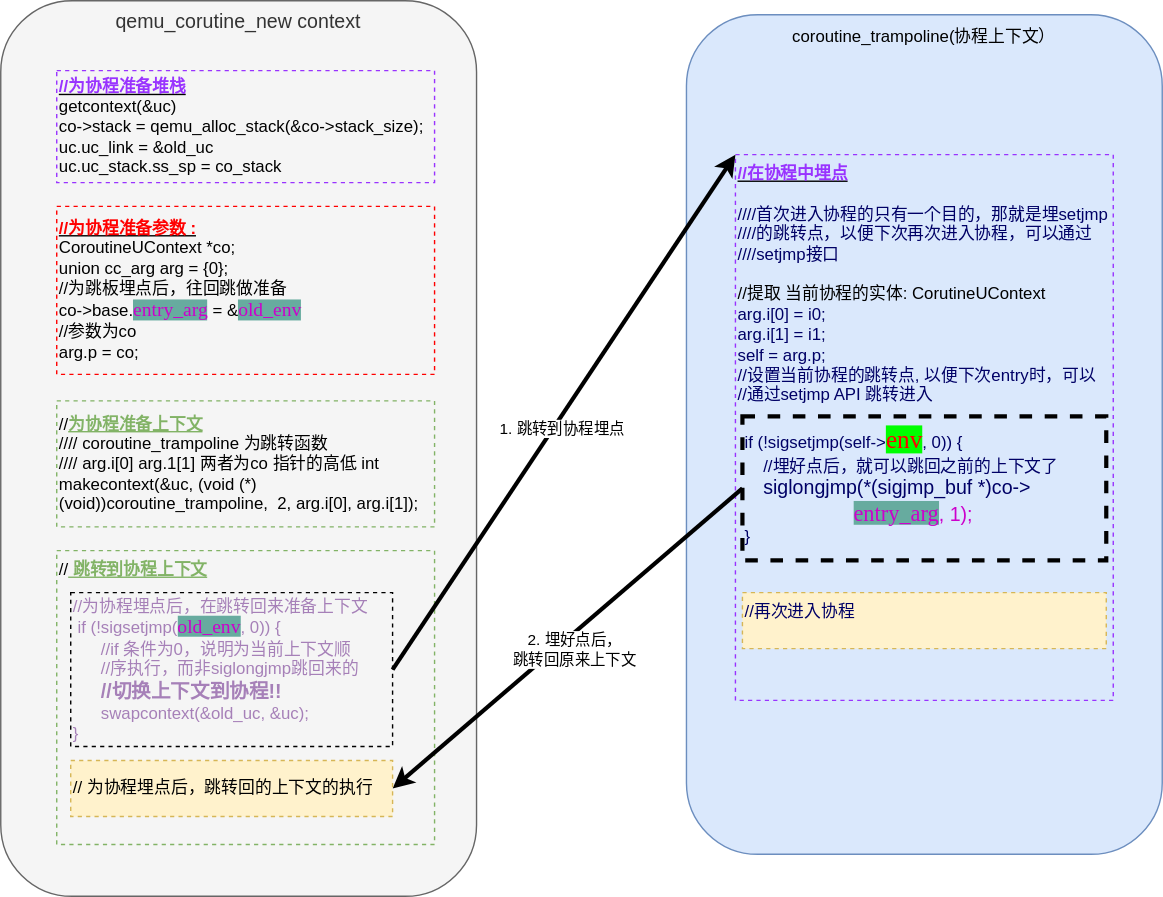
Earlier version of the draw.io export _posts/qemu/coroutine/pic/qemu_埋点.svg (cai-fuqiang/cai-fuqiang.github.io). Source tidied: cells renumbered, new cells last; positions are measured from the earlier drawing's top-left corner, leaving out a move shared by most shapes.
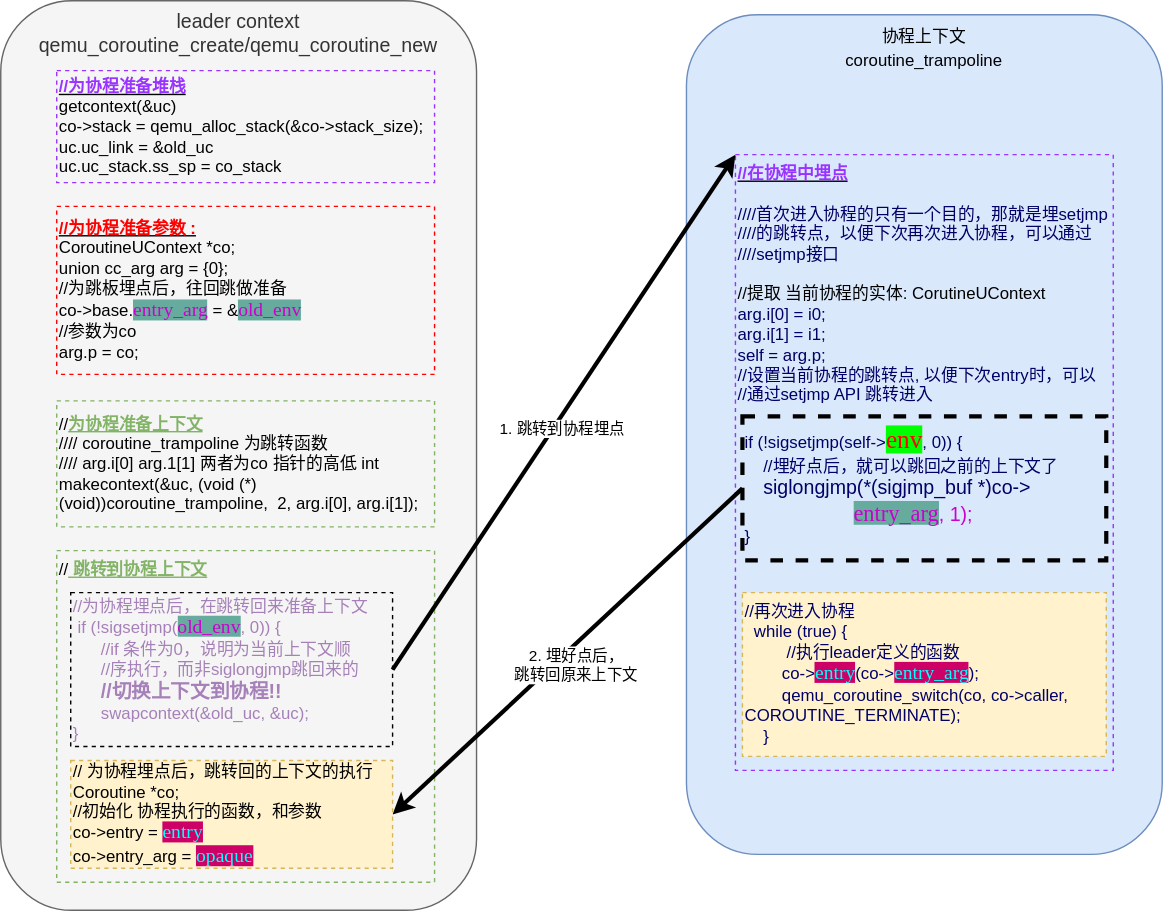
The same diagram one commit later.

The edit, as a diff of the source:
```diff
@@ -2,8 +2,8 @@
   <root>
     <mxCell id="0" />
     <mxCell id="1" parent="0" />
-    <mxCell id="2" value="qemu_corutine_new context" style="rounded=1;whiteSpace=wrap;html=1;verticalAlign=top;fontSize=14;fillColor=#f5f5f5;fontColor=#333333;strokeColor=#666666;" parent="1" vertex="1">
-      <mxGeometry width="340" height="640" as="geometry" />
+    <mxCell id="2" value="leader context&lt;div&gt;qemu_coroutine_create/qemu_coroutine_new&lt;br&gt;&lt;/div&gt;" style="rounded=1;whiteSpace=wrap;html=1;verticalAlign=top;fontSize=14;fillColor=#f5f5f5;fontColor=#333333;strokeColor=#666666;" parent="1" vertex="1">
+      <mxGeometry width="340" height="650" as="geometry" />
     </mxCell>
     <mxCell id="3" value="&lt;b&gt;&lt;u&gt;&lt;font style=&quot;color: rgb(153, 51, 255);&quot;&gt;//为协程准备堆栈&lt;/font&gt;&lt;/u&gt;&lt;/b&gt;&lt;div&gt;&lt;font style=&quot;color: rgb(0, 0, 0);&quot;&gt;getcontext(&amp;amp;uc)&lt;/font&gt;&lt;br&gt;&lt;div&gt;co-&amp;gt;stack = qemu_alloc_stack(&amp;amp;co-&amp;gt;stack_size);&lt;br&gt;&lt;div&gt;uc.uc_link = &amp;amp;old_uc&lt;/div&gt;&lt;div&gt;uc.uc_stack.ss_sp = co_stack&lt;/div&gt;&lt;/div&gt;&lt;/div&gt;" style="text;html=1;align=left;verticalAlign=middle;whiteSpace=wrap;rounded=0;fillColor=none;strokeColor=#9933FF;dashed=1;" parent="1" vertex="1">
       <mxGeometry x="40" y="50" width="270" height="80" as="geometry" />
@@ -15,16 +15,16 @@
       <mxGeometry x="40" y="286" width="270" height="90" as="geometry" />
     </mxCell>
     <mxCell id="6" value="//&lt;font color=&quot;#82b366&quot;&gt;&lt;b&gt;&lt;u&gt;&amp;nbsp;跳转到协程上下文&lt;/u&gt;&lt;/b&gt;&lt;/font&gt;&lt;div&gt;&lt;br&gt;&lt;/div&gt;" style="text;html=1;align=left;verticalAlign=top;whiteSpace=wrap;rounded=0;fillColor=none;strokeColor=#82B366;dashed=1;" parent="1" vertex="1">
-      <mxGeometry x="40" y="393" width="270" height="210" as="geometry" />
+      <mxGeometry x="40" y="393" width="270" height="237" as="geometry" />
     </mxCell>
     <mxCell id="7" value="&lt;div&gt;&lt;font style=&quot;color: rgb(166, 128, 184);&quot;&gt;//为协程埋点后，在跳转回来准备上下文&lt;/font&gt;&lt;/div&gt;&lt;font style=&quot;color: rgb(166, 128, 184);&quot;&gt;&amp;nbsp;if (!sigsetjmp(&lt;/font&gt;&lt;font face=&quot;Comic Sans MS&quot; style=&quot;color: rgb(204, 0, 204); background-color: rgb(103, 171, 159); font-size: 14px;&quot;&gt;old_env&lt;/font&gt;&lt;font style=&quot;color: rgb(166, 128, 184);&quot;&gt;, 0)) {&lt;/font&gt;&lt;div&gt;&lt;font style=&quot;color: rgb(166, 128, 184);&quot;&gt;&amp;nbsp; &amp;nbsp; &amp;nbsp; //if 条件为0，说明为当前上下文顺&lt;/font&gt;&lt;/div&gt;&lt;div&gt;&lt;font style=&quot;color: rgb(166, 128, 184);&quot;&gt;&amp;nbsp; &amp;nbsp; &amp;nbsp; //序执行，而非siglongjmp跳回来的&lt;/font&gt;&lt;/div&gt;&lt;div&gt;&lt;font style=&quot;color: rgb(166, 128, 184);&quot;&gt;&amp;nbsp; &amp;nbsp; &amp;nbsp; &lt;b&gt;&lt;font style=&quot;font-size: 14px;&quot;&gt;//切换上下文到协程!!&lt;/font&gt;&lt;/b&gt;&lt;/font&gt;&lt;/div&gt;&lt;div&gt;&lt;font style=&quot;color: rgb(166, 128, 184);&quot;&gt;&amp;nbsp; &amp;nbsp; &amp;nbsp;&amp;nbsp;swapcontext(&amp;amp;old_uc, &amp;amp;uc);&lt;/font&gt;&lt;/div&gt;&lt;div&gt;&lt;font color=&quot;#a680b8&quot;&gt;}&lt;/font&gt;&lt;/div&gt;" style="text;html=1;align=left;verticalAlign=middle;whiteSpace=wrap;rounded=0;strokeColor=default;fillColor=none;dashed=1;" parent="1" vertex="1">
       <mxGeometry x="50" y="423" width="230" height="110" as="geometry" />
     </mxCell>
-    <mxCell id="8" value="&lt;span style=&quot;font-size: 12px; text-align: left;&quot;&gt;coroutine_trampoline(协程上下文）&lt;/span&gt;" style="rounded=1;whiteSpace=wrap;html=1;verticalAlign=top;fontSize=14;fillColor=#dae8fc;strokeColor=#6c8ebf;" parent="1" vertex="1">
+    <mxCell id="8" value="&lt;div&gt;&lt;span style=&quot;font-size: 12px; text-align: left;&quot;&gt;协程上下文&lt;/span&gt;&lt;span style=&quot;font-size: 12px; text-align: left;&quot;&gt;&lt;br&gt;&lt;/span&gt;&lt;/div&gt;&lt;span style=&quot;font-size: 12px; text-align: left;&quot;&gt;coroutine_trampoline&lt;/span&gt;" style="rounded=1;whiteSpace=wrap;html=1;verticalAlign=top;fontSize=14;fillColor=#dae8fc;strokeColor=#6c8ebf;" parent="1" vertex="1">
       <mxGeometry x="490" y="10" width="340" height="600" as="geometry" />
     </mxCell>
     <mxCell id="9" value="&lt;b&gt;&lt;u&gt;&lt;font style=&quot;color: rgb(153, 51, 255);&quot;&gt;//在协程中埋点&lt;/font&gt;&lt;/u&gt;&lt;/b&gt;&lt;div&gt;&lt;font color=&quot;#9933ff&quot;&gt;&lt;b&gt;&lt;u&gt;&lt;br&gt;&lt;/u&gt;&lt;/b&gt;&lt;/font&gt;&lt;/div&gt;&lt;div&gt;&lt;font&gt;&lt;font style=&quot;color: rgb(0, 0, 102);&quot;&gt;////首次进入协程的只有一个目的，那就是埋setjmp&lt;/font&gt;&lt;/font&gt;&lt;/div&gt;&lt;div&gt;&lt;font&gt;&lt;font color=&quot;#000066&quot;&gt;////的跳转点，以便下次再次进入协程，可以通过&lt;/font&gt;&lt;/font&gt;&lt;/div&gt;&lt;div&gt;&lt;font&gt;&lt;font color=&quot;#000066&quot;&gt;////setjmp接口&lt;/font&gt;&lt;/font&gt;&lt;/div&gt;&lt;div&gt;&lt;br&gt;&lt;/div&gt;&lt;div&gt;//提取 当前协程的实体: CorutineUContext&lt;/div&gt;&lt;div&gt;&lt;font&gt;&lt;font color=&quot;#000066&quot;&gt;&lt;div style=&quot;&quot;&gt;arg.i[0] = i0;&lt;/div&gt;&lt;div style=&quot;&quot;&gt;arg.i[1] = i1;&lt;/div&gt;&lt;div style=&quot;&quot;&gt;self = arg.p;&lt;/div&gt;&lt;div style=&quot;&quot;&gt;//设置当前协程的跳转点, 以便下次entry时，可以&lt;/div&gt;&lt;div style=&quot;&quot;&gt;//通过setjmp API 跳转进入&lt;/div&gt;&lt;div style=&quot;&quot;&gt;&lt;br&gt;&lt;/div&gt;&lt;/font&gt;&lt;/font&gt;&lt;/div&gt;" style="text;html=1;align=left;verticalAlign=top;whiteSpace=wrap;rounded=0;fillColor=none;strokeColor=#9933FF;dashed=1;" parent="1" vertex="1">
-      <mxGeometry x="525" y="110" width="270" height="390" as="geometry" />
+      <mxGeometry x="525" y="110" width="270" height="440" as="geometry" />
     </mxCell>
     <mxCell id="10" style="rounded=0;jettySize=auto;html=1;entryX=1;entryY=0.5;entryDx=0;entryDy=0;exitX=0;exitY=0.5;exitDx=0;exitDy=0;strokeWidth=3;" parent="1" edge="1" source="12" target="13">
       <mxGeometry relative="1" as="geometry" />
@@ -37,11 +37,11 @@
     <mxCell id="12" value="&lt;div&gt;&lt;span style=&quot;color: light-dark(rgb(0, 0, 102), rgb(0, 0, 102)); background-color: transparent;&quot;&gt;if (!sigsetjmp(self-&amp;gt;&lt;/span&gt;&lt;font face=&quot;Comic Sans MS&quot; style=&quot;color: light-dark(rgb(255, 0, 0), rgb(0, 0, 102)); background-color: light-dark(rgb(0, 255, 0), rgb(0, 0, 102)); font-size: 18px;&quot;&gt;env&lt;/font&gt;&lt;span style=&quot;color: light-dark(rgb(0, 0, 102), rgb(0, 0, 102)); background-color: transparent;&quot;&gt;, 0)) {&lt;/span&gt;&lt;br&gt;&lt;/div&gt;&lt;div&gt;&lt;span style=&quot;color: light-dark(rgb(0, 0, 102), rgb(0, 0, 102)); background-color: transparent;&quot;&gt;&amp;nbsp; &amp;nbsp; //埋好点后，就可以跳回之前的上下文了&lt;/span&gt;&lt;/div&gt;&lt;div&gt;&lt;font&gt;&lt;div&gt;&lt;span style=&quot;color: light-dark(rgb(0, 0, 102), rgb(0, 0, 102));&quot;&gt;&amp;nbsp; &amp;nbsp; &lt;font style=&quot;font-size: 14px;&quot;&gt;siglongjmp(*(sigjmp_buf *)co-&amp;gt;&lt;/font&gt;&lt;/span&gt;&lt;/div&gt;&lt;div&gt;&lt;font style=&quot;color: rgb(204, 0, 204);&quot;&gt;&lt;font style=&quot;&quot;&gt;&lt;span style=&quot;font-size: 14px;&quot;&gt;&amp;nbsp;&lt;/span&gt;&lt;span style=&quot;font-size: 14px;&quot;&gt; &amp;nbsp; &amp;nbsp; &amp;nbsp; &amp;nbsp; &amp;nbsp; &amp;nbsp; &amp;nbsp; &amp;nbsp; &amp;nbsp; &lt;/span&gt;&lt;font style=&quot;font-size: 16px; background-color: rgb(103, 171, 159);&quot; face=&quot;Comic Sans MS&quot;&gt;entry_arg&lt;/font&gt;&lt;/font&gt;&lt;span style=&quot;font-size: 14px;&quot;&gt;, 1);&lt;/span&gt;&lt;/font&gt;&lt;/div&gt;&lt;div style=&quot;color: rgb(0, 0, 102);&quot;&gt;}&lt;/div&gt;&lt;/font&gt;&lt;/div&gt;" style="text;html=1;align=left;verticalAlign=top;whiteSpace=wrap;rounded=0;strokeColor=default;fillColor=none;dashed=1;strokeWidth=3;" parent="1" vertex="1">
       <mxGeometry x="530" y="297" width="260" height="103" as="geometry" />
     </mxCell>
-    <mxCell id="13" value="// 为协程埋点后，跳转回的上下文的执行" style="text;html=1;align=left;verticalAlign=middle;whiteSpace=wrap;rounded=0;strokeColor=#d6b656;fillColor=#fff2cc;dashed=1;" parent="1" vertex="1">
-      <mxGeometry x="50" y="543" width="230" height="40" as="geometry" />
+    <mxCell id="13" value="// 为协程埋点后，跳转回的上下文的执行&lt;div&gt;Coroutine *co;&lt;br&gt;&lt;/div&gt;&lt;div&gt;//初始化 协程执行的函数，和参数&lt;/div&gt;&lt;div&gt;co-&amp;gt;entry = &lt;font face=&quot;Comic Sans MS&quot; style=&quot;color: rgb(0, 255, 255); background-color: rgb(204, 0, 102); font-size: 14px;&quot;&gt;entry&lt;/font&gt;&lt;br&gt;&lt;/div&gt;&lt;div&gt;co-&amp;gt;entry_arg = &lt;font style=&quot;font-size: 14px; color: rgb(0, 255, 255); background-color: rgb(204, 0, 102);&quot; face=&quot;Comic Sans MS&quot;&gt;opaque&lt;/font&gt;&lt;br&gt;&lt;/div&gt;" style="text;html=1;align=left;verticalAlign=middle;whiteSpace=wrap;rounded=0;strokeColor=#d6b656;fillColor=#fff2cc;dashed=1;" parent="1" vertex="1">
+      <mxGeometry x="50" y="543" width="230" height="77" as="geometry" />
     </mxCell>
-    <mxCell id="14" value="&lt;font color=&quot;#000066&quot;&gt;//再次进入协程&lt;/font&gt;" style="text;html=1;align=left;verticalAlign=top;whiteSpace=wrap;rounded=0;strokeColor=#d6b656;fillColor=#fff2cc;dashed=1;" parent="1" vertex="1">
-      <mxGeometry x="530" y="423" width="260" height="40" as="geometry" />
+    <mxCell id="14" value="&lt;font color=&quot;#000066&quot;&gt;//再次进入协程&lt;/font&gt;&lt;div&gt;&lt;font&gt;&lt;div style=&quot;color: light-dark(rgb(0, 0, 102), rgb(0, 0, 102));&quot;&gt;&amp;nbsp; while (true) {&lt;/div&gt;&lt;div style=&quot;color: light-dark(rgb(0, 0, 102), rgb(0, 0, 102));&quot;&gt;&amp;nbsp; &amp;nbsp; &amp;nbsp; &amp;nbsp; &amp;nbsp;//执行leader定义的函数&lt;/div&gt;&lt;div style=&quot;&quot;&gt;&lt;font style=&quot;color: rgb(0, 255, 255);&quot;&gt;&amp;nbsp; &amp;nbsp; &amp;nbsp; &amp;nbsp; &lt;/font&gt;&lt;font style=&quot;color: rgb(0, 0, 102);&quot;&gt;co-&amp;gt;&lt;/font&gt;&lt;font face=&quot;Comic Sans MS&quot; style=&quot;color: rgb(0, 255, 255); font-size: 14px; background-color: rgb(204, 0, 102);&quot;&gt;entry&lt;/font&gt;&lt;font style=&quot;color: rgb(0, 0, 102);&quot;&gt;(co-&amp;gt;&lt;/font&gt;&lt;font face=&quot;Comic Sans MS&quot; style=&quot;font-size: 14px; background-color: rgb(204, 0, 102); color: rgb(0, 255, 255);&quot;&gt;entry_arg&lt;/font&gt;&lt;font style=&quot;color: rgb(0, 0, 102);&quot;&gt;);&lt;/font&gt;&lt;/div&gt;&lt;div style=&quot;color: light-dark(rgb(0, 0, 102), rgb(0, 0, 102));&quot;&gt;&amp;nbsp; &amp;nbsp; &amp;nbsp; &amp;nbsp; qemu_coroutine_switch(co, co-&amp;gt;caller, COROUTINE_TERMINATE);&lt;/div&gt;&lt;div style=&quot;color: light-dark(rgb(0, 0, 102), rgb(0, 0, 102));&quot;&gt;&amp;nbsp; &amp;nbsp; }&lt;/div&gt;&lt;/font&gt;&lt;/div&gt;" style="text;html=1;align=left;verticalAlign=top;whiteSpace=wrap;rounded=0;strokeColor=#d6b656;fillColor=#fff2cc;dashed=1;" parent="1" vertex="1">
+      <mxGeometry x="530" y="423" width="260" height="117" as="geometry" />
     </mxCell>
     <mxCell id="15" style="endArrow=classic;html=1;rounded=0;exitX=1;exitY=0.5;exitDx=0;exitDy=0;entryX=0;entryY=0;entryDx=0;entryDy=0;strokeWidth=3;" parent="1" edge="1" source="7" target="9">
       <mxGeometry relative="1" as="geometry" />
```
